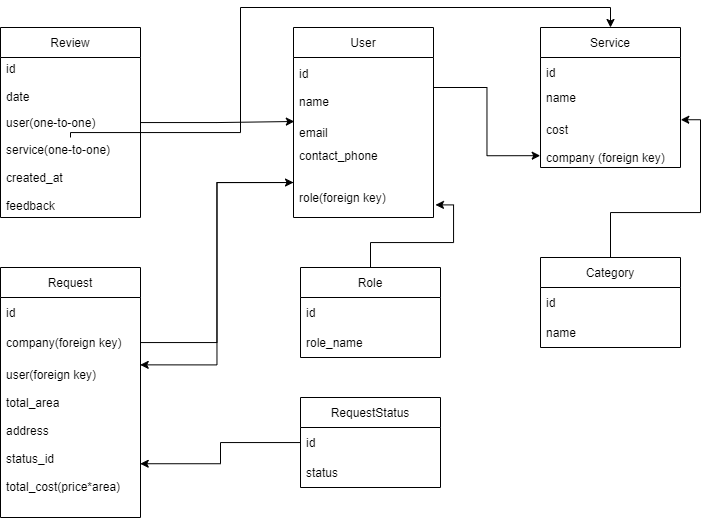
This is homework_3/database.png from sqdArtemy/cleaningService, a draw.io export, as it was before one commit. Source tidied: cells renumbered, new cells last; positions are measured from the earlier drawing's top-left corner, leaving out a move shared by most shapes.
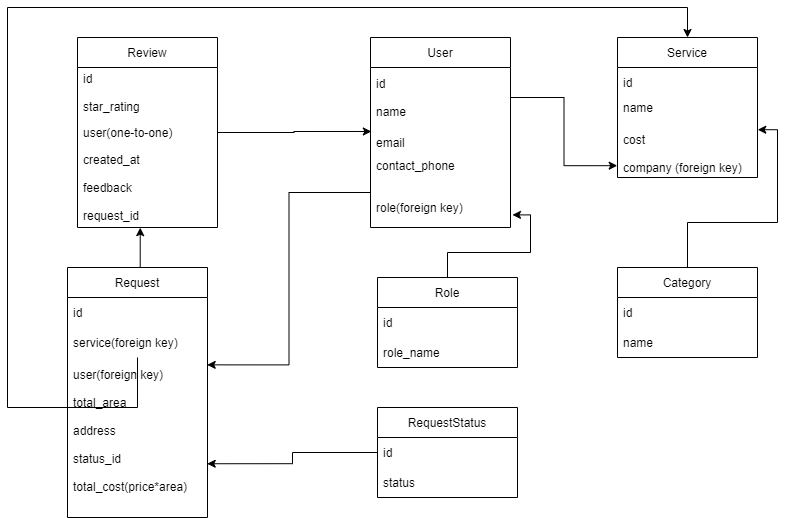
The same diagram one commit later.

Change to the diagram source:
```diff
@@ -53,34 +53,28 @@
     <mxCell id="18" value="Review" style="swimlane;fontStyle=0;horizontal=1;startSize=30;" parent="1" vertex="1">
       <mxGeometry y="20" width="140" height="190" as="geometry" />
     </mxCell>
-    <mxCell id="19" value="id&#10;&#10;date" style="text;strokeColor=none;fillColor=none;align=left;verticalAlign=middle;spacingLeft=4;spacingRight=4;overflow=hidden;" parent="18" vertex="1">
+    <mxCell id="19" value="id&#10;&#10;star_rating" style="text;strokeColor=none;fillColor=none;align=left;verticalAlign=middle;spacingLeft=4;spacingRight=4;overflow=hidden;" parent="18" vertex="1">
       <mxGeometry y="30" width="140" height="50" as="geometry" />
     </mxCell>
     <mxCell id="20" value="user(one-to-one)" style="text;strokeColor=none;fillColor=none;align=left;verticalAlign=middle;spacingLeft=4;spacingRight=4;overflow=hidden;points=[[0,0.5],[1,0.5]];portConstraint=eastwest;" parent="18" vertex="1">
       <mxGeometry y="80" width="140" height="30" as="geometry" />
     </mxCell>
-    <mxCell id="21" value="service(one-to-one)&#10;&#10;created_at&#10;&#10;feedback" style="text;strokeColor=none;fillColor=none;align=left;verticalAlign=middle;spacingLeft=4;spacingRight=4;overflow=hidden;points=[[0,0.5],[1,0.5]];portConstraint=eastwest;" parent="18" vertex="1">
+    <mxCell id="21" value="created_at&#10;&#10;feedback&#10;&#10;request_id" style="text;strokeColor=none;fillColor=none;align=left;verticalAlign=middle;spacingLeft=4;spacingRight=4;overflow=hidden;points=[[0,0.5],[1,0.5]];portConstraint=eastwest;" parent="18" vertex="1">
       <mxGeometry y="110" width="140" height="80" as="geometry" />
     </mxCell>
     <mxCell id="22" style="edgeStyle=orthogonalEdgeStyle;rounded=0;jettySize=auto;html=1;entryX=0.006;entryY=0.133;entryDx=0;entryDy=0;entryPerimeter=0;" parent="1" edge="1" source="20" target="8">
       <mxGeometry relative="1" as="geometry" />
     </mxCell>
-    <mxCell id="23" style="edgeStyle=orthogonalEdgeStyle;rounded=0;jettySize=auto;html=1;entryX=0.5;entryY=0;entryDx=0;entryDy=0;" parent="1" edge="1" source="21" target="2">
-      <mxGeometry relative="1" as="geometry">
-        <Array as="points">
-          <mxPoint x="240" y="125" />
-          <mxPoint x="240" />
-          <mxPoint x="610" />
-        </Array>
-      </mxGeometry>
-    </mxCell>
+    <mxCell id="35" style="edgeStyle=orthogonalEdgeStyle;rounded=0;jettySize=auto;html=1;exitX=0.5;exitY=0;exitDx=0;exitDy=0;entryX=0.448;entryY=1.002;entryDx=0;entryDy=0;entryPerimeter=0;" parent="1" edge="1" source="24" target="21">
+      <mxGeometry relative="1" as="geometry" />
+    </mxCell>
     <mxCell id="24" value="Request" style="swimlane;fontStyle=0;horizontal=1;startSize=30;" parent="1" vertex="1">
-      <mxGeometry y="260" width="140" height="250" as="geometry" />
+      <mxGeometry x="-10" y="250" width="140" height="250" as="geometry" />
     </mxCell>
     <mxCell id="25" value="id" style="text;strokeColor=none;fillColor=none;align=left;verticalAlign=middle;spacingLeft=4;spacingRight=4;overflow=hidden;" parent="24" vertex="1">
       <mxGeometry y="30" width="140" height="30" as="geometry" />
     </mxCell>
-    <mxCell id="26" value="company(foreign key)" style="text;strokeColor=none;fillColor=none;align=left;verticalAlign=middle;spacingLeft=4;spacingRight=4;overflow=hidden;points=[[0,0.5],[1,0.5]];portConstraint=eastwest;" parent="24" vertex="1">
+    <mxCell id="26" value="service(foreign key)" style="text;strokeColor=none;fillColor=none;align=left;verticalAlign=middle;spacingLeft=4;spacingRight=4;overflow=hidden;points=[[0,0.5],[1,0.5]];portConstraint=eastwest;" parent="24" vertex="1">
       <mxGeometry y="60" width="140" height="30" as="geometry" />
     </mxCell>
     <mxCell id="27" value="user(foreign key)&#10;&#10;total_area&#10;&#10;address&#10;&#10;status_id&#10;&#10;total_cost(price*area)&#10;" style="text;strokeColor=none;fillColor=none;align=left;verticalAlign=middle;spacingLeft=4;spacingRight=4;overflow=hidden;points=[[0,0.5],[1,0.5]];portConstraint=eastwest;" parent="24" vertex="1">
@@ -95,9 +89,6 @@
     <mxCell id="30" value="status" style="text;strokeColor=none;fillColor=none;align=left;verticalAlign=middle;spacingLeft=4;spacingRight=4;overflow=hidden;" parent="28" vertex="1">
       <mxGeometry y="60" width="140" height="30" as="geometry" />
     </mxCell>
-    <mxCell id="31" style="edgeStyle=orthogonalEdgeStyle;rounded=0;jettySize=auto;html=1;entryX=0;entryY=0.5;entryDx=0;entryDy=0;" parent="1" edge="1" source="26" target="9">
-      <mxGeometry relative="1" as="geometry" />
-    </mxCell>
     <mxCell id="32" style="edgeStyle=orthogonalEdgeStyle;rounded=0;jettySize=auto;html=1;entryX=-0.002;entryY=0.803;entryDx=0;entryDy=0;entryPerimeter=0;" parent="1" edge="1" source="7" target="5">
       <mxGeometry relative="1" as="geometry" />
     </mxCell>
@@ -107,5 +98,15 @@
     <mxCell id="34" style="edgeStyle=orthogonalEdgeStyle;rounded=0;jettySize=auto;html=1;entryX=0.998;entryY=0.664;entryDx=0;entryDy=0;entryPerimeter=0;" parent="1" edge="1" source="29" target="27">
       <mxGeometry relative="1" as="geometry" />
     </mxCell>
+    <mxCell id="36" style="edgeStyle=orthogonalEdgeStyle;rounded=0;jettySize=auto;html=1;" parent="1" edge="1" source="26">
+      <mxGeometry relative="1" as="geometry">
+        <mxPoint x="610" y="20" as="targetPoint" />
+        <Array as="points">
+          <mxPoint x="-70" y="390" />
+          <mxPoint x="-70" y="-10" />
+          <mxPoint x="610" y="-10" />
+        </Array>
+      </mxGeometry>
+    </mxCell>
   </root>
 </mxGraphModel>
```
